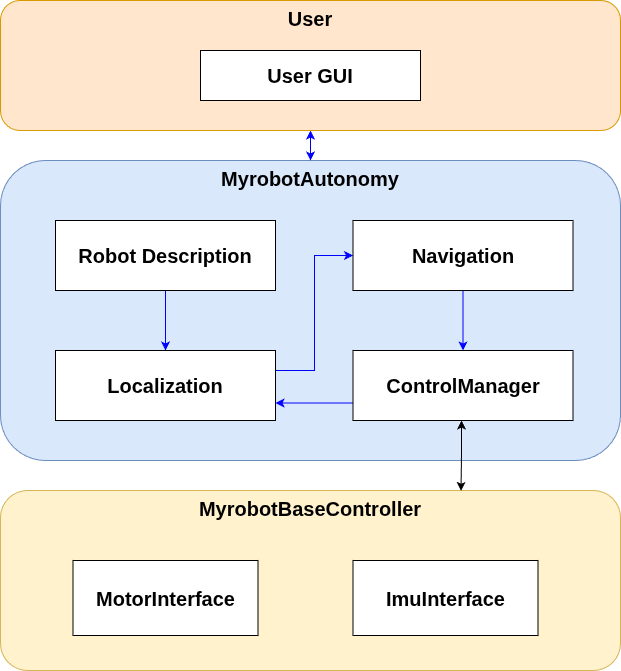
Above: software_architecture.drawio.png in 10-min/myrobot (draw.io), before the change. Source tidied: cells renumbered, new cells last; positions are measured from the earlier drawing's top-left corner, leaving out a move shared by most shapes. Source of this version:
```xml
<mxGraphModel>
  <root>
    <mxCell id="0" />
    <mxCell id="1" parent="0" />
    <mxCell id="2" value="&lt;font style=&quot;font-size: 20px;&quot;&gt;MyrobotAutonomy&lt;/font&gt;" style="rounded=1;whiteSpace=wrap;html=1;verticalAlign=top;fillColor=#dae8fc;strokeColor=#6c8ebf;fontStyle=1;" parent="1" vertex="1">
      <mxGeometry y="160" width="620" height="300" as="geometry" />
    </mxCell>
    <mxCell id="3" style="edgeStyle=orthogonalEdgeStyle;rounded=0;jettySize=auto;html=1;entryX=0.5;entryY=0;entryDx=0;entryDy=0;strokeColor=#0000FF;exitX=0.5;exitY=1;exitDx=0;exitDy=0;" parent="1" edge="1" source="6" target="5">
      <mxGeometry relative="1" as="geometry" />
    </mxCell>
    <mxCell id="4" style="edgeStyle=orthogonalEdgeStyle;rounded=0;jettySize=auto;html=1;entryX=0;entryY=0.5;entryDx=0;entryDy=0;strokeColor=#0000FF;" parent="1" edge="1" source="5" target="8">
      <mxGeometry relative="1" as="geometry">
        <Array as="points">
          <mxPoint x="314" y="370" />
          <mxPoint x="314" y="255" />
        </Array>
      </mxGeometry>
    </mxCell>
    <mxCell id="5" value="&lt;font style=&quot;font-size: 20px;&quot;&gt;Localization&lt;/font&gt;" style="rounded=0;whiteSpace=wrap;html=1;fontStyle=1;" parent="1" vertex="1">
      <mxGeometry x="55" y="350" width="220" height="70" as="geometry" />
    </mxCell>
    <mxCell id="6" value="&lt;font style=&quot;font-size: 20px;&quot;&gt;Robot Description&lt;/font&gt;" style="rounded=0;whiteSpace=wrap;html=1;verticalAlign=middle;fontStyle=1;" parent="1" vertex="1">
      <mxGeometry x="55" y="220" width="220" height="70" as="geometry" />
    </mxCell>
    <mxCell id="7" style="edgeStyle=orthogonalEdgeStyle;rounded=0;jettySize=auto;html=1;entryX=0.5;entryY=0;entryDx=0;entryDy=0;strokeColor=#0000FF;" parent="1" edge="1" source="8" target="10">
      <mxGeometry relative="1" as="geometry" />
    </mxCell>
    <mxCell id="8" value="&lt;font style=&quot;font-size: 20px;&quot;&gt;Navigation&lt;/font&gt;" style="rounded=0;whiteSpace=wrap;html=1;verticalAlign=middle;fontStyle=1;" parent="1" vertex="1">
      <mxGeometry x="352.5" y="220" width="220" height="70" as="geometry" />
    </mxCell>
    <mxCell id="9" style="edgeStyle=orthogonalEdgeStyle;rounded=0;jettySize=auto;html=1;entryX=1;entryY=0.75;entryDx=0;entryDy=0;strokeColor=#0000FF;" parent="1" edge="1" source="10" target="5">
      <mxGeometry relative="1" as="geometry">
        <Array as="points">
          <mxPoint x="314" y="403" />
        </Array>
      </mxGeometry>
    </mxCell>
    <mxCell id="10" value="&lt;span style=&quot;font-size: 20px;&quot;&gt;ControlManager&lt;/span&gt;" style="rounded=0;whiteSpace=wrap;html=1;fontStyle=1;" parent="1" vertex="1">
      <mxGeometry x="352.5" y="350" width="220" height="70" as="geometry" />
    </mxCell>
    <mxCell id="11" value="&lt;font style=&quot;font-size: 20px;&quot;&gt;MyrobotBaseController&lt;/font&gt;" style="rounded=1;whiteSpace=wrap;html=1;verticalAlign=top;fillColor=#fff2cc;strokeColor=#d6b656;fontStyle=1;" parent="1" vertex="1">
      <mxGeometry y="490" width="620" height="180" as="geometry" />
    </mxCell>
    <mxCell id="12" value="&lt;font style=&quot;font-size: 20px;&quot;&gt;MotorInterface&lt;/font&gt;" style="rounded=0;whiteSpace=wrap;html=1;fontStyle=1;" parent="1" vertex="1">
      <mxGeometry x="72.5" y="560" width="185" height="75" as="geometry" />
    </mxCell>
    <mxCell id="13" value="&lt;font style=&quot;font-size: 20px;&quot;&gt;ImuInterface&lt;/font&gt;" style="rounded=0;whiteSpace=wrap;html=1;fontStyle=1;" parent="1" vertex="1">
      <mxGeometry x="352.5" y="560" width="185" height="75" as="geometry" />
    </mxCell>
    <mxCell id="14" style="edgeStyle=orthogonalEdgeStyle;rounded=0;jettySize=auto;html=1;entryX=0.5;entryY=0;entryDx=0;entryDy=0;startArrow=classic;startFill=1;strokeColor=#0000FF;" parent="1" edge="1" source="15" target="2">
      <mxGeometry relative="1" as="geometry" />
    </mxCell>
    <mxCell id="15" value="&lt;font style=&quot;font-size: 20px;&quot;&gt;User&lt;/font&gt;" style="rounded=1;whiteSpace=wrap;html=1;verticalAlign=top;fillColor=#ffe6cc;strokeColor=#d79b00;fontStyle=1;" parent="1" vertex="1">
      <mxGeometry width="620" height="130" as="geometry" />
    </mxCell>
    <mxCell id="16" value="&lt;font style=&quot;font-size: 20px;&quot;&gt;&lt;b&gt;User GUI&lt;/b&gt;&lt;/font&gt;" style="rounded=0;whiteSpace=wrap;html=1;" parent="1" vertex="1">
      <mxGeometry x="200" y="50" width="220" height="50" as="geometry" />
    </mxCell>
    <mxCell id="17" style="edgeStyle=orthogonalEdgeStyle;rounded=0;orthogonalLoop=1;jettySize=auto;html=1;entryX=0.267;entryY=0.002;entryDx=0;entryDy=0;entryPerimeter=0;startArrow=classic;startFill=1;" parent="1" edge="1">
      <mxGeometry relative="1" as="geometry">
        <mxPoint x="461" y="420" as="sourcePoint" />
        <mxPoint x="460.5" y="490.4" as="targetPoint" />
      </mxGeometry>
    </mxCell>
  </root>
</mxGraphModel>
```
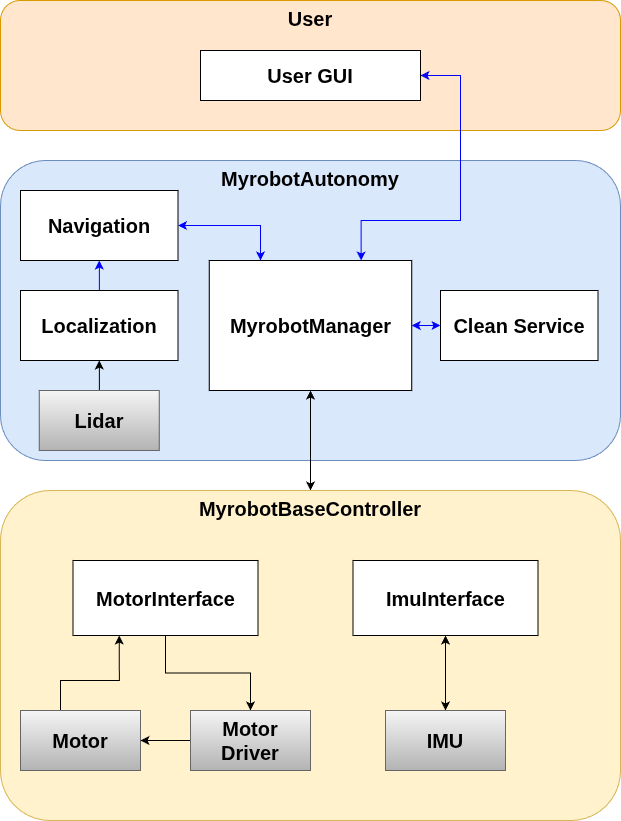
The same file after the commit.

Commit message:
Modified software architecture

The edit, as a diff of the source:
```diff
@@ -5,62 +5,90 @@
     <mxCell id="2" value="&lt;font style=&quot;font-size: 20px;&quot;&gt;MyrobotAutonomy&lt;/font&gt;" style="rounded=1;whiteSpace=wrap;html=1;verticalAlign=top;fillColor=#dae8fc;strokeColor=#6c8ebf;fontStyle=1;" parent="1" vertex="1">
       <mxGeometry y="160" width="620" height="300" as="geometry" />
     </mxCell>
-    <mxCell id="3" style="edgeStyle=orthogonalEdgeStyle;rounded=0;jettySize=auto;html=1;entryX=0.5;entryY=0;entryDx=0;entryDy=0;strokeColor=#0000FF;exitX=0.5;exitY=1;exitDx=0;exitDy=0;" parent="1" edge="1" source="6" target="5">
-      <mxGeometry relative="1" as="geometry" />
-    </mxCell>
+    <mxCell id="18" style="edgeStyle=orthogonalEdgeStyle;rounded=0;jettySize=auto;html=1;startArrow=classic;startFill=1;exitX=0.5;exitY=1;exitDx=0;exitDy=0;" parent="1" edge="1" source="10" target="11">
+      <mxGeometry relative="1" as="geometry" />
+    </mxCell>
+    <mxCell id="7" style="edgeStyle=orthogonalEdgeStyle;rounded=0;jettySize=auto;html=1;entryX=0.25;entryY=0;entryDx=0;entryDy=0;startArrow=classic;startFill=1;strokeColor=#0000FF;" parent="1" edge="1" source="8" target="10">
+      <mxGeometry relative="1" as="geometry">
+        <Array as="points">
+          <mxPoint x="260" y="225" />
+          <mxPoint x="260" y="260" />
+        </Array>
+      </mxGeometry>
+    </mxCell>
+    <mxCell id="8" value="&lt;font style=&quot;font-size: 20px;&quot;&gt;Navigation&lt;/font&gt;" style="rounded=0;whiteSpace=wrap;html=1;verticalAlign=middle;fontStyle=1;" parent="1" vertex="1">
+      <mxGeometry x="20" y="190" width="157.5" height="70" as="geometry" />
+    </mxCell>
+    <mxCell id="19" style="edgeStyle=orthogonalEdgeStyle;rounded=0;jettySize=auto;html=1;startArrow=classic;startFill=1;strokeColor=#0000FF;" parent="1" edge="1" source="10" target="30">
+      <mxGeometry relative="1" as="geometry" />
+    </mxCell>
+    <mxCell id="10" value="&lt;span style=&quot;font-size: 20px;&quot;&gt;MyrobotManager&lt;/span&gt;" style="rounded=0;whiteSpace=wrap;html=1;fontStyle=1;" parent="1" vertex="1">
+      <mxGeometry x="208.8" y="260" width="202.5" height="130" as="geometry" />
+    </mxCell>
+    <mxCell id="11" value="&lt;font style=&quot;font-size: 20px;&quot;&gt;MyrobotBaseController&lt;/font&gt;" style="rounded=1;whiteSpace=wrap;html=1;verticalAlign=top;fillColor=#fff2cc;strokeColor=#d6b656;fontStyle=1;" parent="1" vertex="1">
+      <mxGeometry y="490" width="620" height="330" as="geometry" />
+    </mxCell>
+    <mxCell id="20" style="edgeStyle=orthogonalEdgeStyle;rounded=0;jettySize=auto;html=1;entryX=0.5;entryY=0;entryDx=0;entryDy=0;" parent="1" edge="1" source="12" target="27">
+      <mxGeometry relative="1" as="geometry" />
+    </mxCell>
+    <mxCell id="12" value="&lt;font style=&quot;font-size: 20px;&quot;&gt;MotorInterface&lt;/font&gt;" style="rounded=0;whiteSpace=wrap;html=1;fontStyle=1;" parent="1" vertex="1">
+      <mxGeometry x="72.5" y="560" width="185" height="75" as="geometry" />
+    </mxCell>
+    <mxCell id="13" value="&lt;font style=&quot;font-size: 20px;&quot;&gt;ImuInterface&lt;/font&gt;" style="rounded=0;whiteSpace=wrap;html=1;fontStyle=1;" parent="1" vertex="1">
+      <mxGeometry x="352.5" y="560" width="185" height="75" as="geometry" />
+    </mxCell>
+    <mxCell id="15" value="&lt;font style=&quot;font-size: 20px;&quot;&gt;User&lt;/font&gt;" style="rounded=1;whiteSpace=wrap;html=1;verticalAlign=top;fillColor=#ffe6cc;strokeColor=#d79b00;fontStyle=1;" parent="1" vertex="1">
+      <mxGeometry width="620" height="130" as="geometry" />
+    </mxCell>
+    <mxCell id="21" style="edgeStyle=orthogonalEdgeStyle;rounded=0;jettySize=auto;html=1;entryX=0.75;entryY=0;entryDx=0;entryDy=0;strokeColor=#0000FF;startArrow=classic;startFill=1;" parent="1" edge="1" source="16" target="10">
+      <mxGeometry relative="1" as="geometry">
+        <Array as="points">
+          <mxPoint x="460" y="75" />
+          <mxPoint x="460" y="220" />
+          <mxPoint x="361" y="220" />
+        </Array>
+      </mxGeometry>
+    </mxCell>
+    <mxCell id="16" value="&lt;font style=&quot;font-size: 20px;&quot;&gt;&lt;b&gt;User GUI&lt;/b&gt;&lt;/font&gt;" style="rounded=0;whiteSpace=wrap;html=1;" parent="1" vertex="1">
+      <mxGeometry x="200" y="50" width="220" height="50" as="geometry" />
+    </mxCell>
+    <mxCell id="22" style="edgeStyle=orthogonalEdgeStyle;rounded=0;jettySize=auto;html=1;entryX=0.25;entryY=1;entryDx=0;entryDy=0;" parent="1" edge="1" source="23" target="12">
+      <mxGeometry relative="1" as="geometry">
+        <Array as="points">
+          <mxPoint x="60" y="680" />
+          <mxPoint x="119" y="680" />
+        </Array>
+      </mxGeometry>
+    </mxCell>
+    <mxCell id="23" value="&lt;font style=&quot;font-size: 20px;&quot;&gt;Motor&lt;/font&gt;" style="rounded=0;whiteSpace=wrap;html=1;fillColor=#f5f5f5;strokeColor=#666666;fontStyle=1;gradientColor=#b3b3b3;" parent="1" vertex="1">
+      <mxGeometry x="20" y="710" width="120" height="60" as="geometry" />
+    </mxCell>
+    <mxCell id="24" style="edgeStyle=orthogonalEdgeStyle;rounded=0;jettySize=auto;html=1;entryX=0.5;entryY=1;entryDx=0;entryDy=0;startArrow=classic;startFill=1;" parent="1" edge="1" source="25" target="13">
+      <mxGeometry relative="1" as="geometry" />
+    </mxCell>
+    <mxCell id="25" value="&lt;font style=&quot;font-size: 20px;&quot;&gt;IMU&lt;/font&gt;" style="rounded=0;whiteSpace=wrap;html=1;fillColor=#f5f5f5;strokeColor=#666666;fontStyle=1;gradientColor=#b3b3b3;" parent="1" vertex="1">
+      <mxGeometry x="385" y="710" width="120" height="60" as="geometry" />
+    </mxCell>
+    <mxCell id="26" style="edgeStyle=orthogonalEdgeStyle;rounded=0;jettySize=auto;html=1;entryX=1;entryY=0.5;entryDx=0;entryDy=0;" parent="1" edge="1" source="27" target="23">
+      <mxGeometry relative="1" as="geometry" />
+    </mxCell>
+    <mxCell id="27" value="&lt;font style=&quot;font-size: 20px;&quot;&gt;Motor Driver&lt;/font&gt;" style="rounded=0;whiteSpace=wrap;html=1;fillColor=#f5f5f5;strokeColor=#666666;fontStyle=1;gradientColor=#b3b3b3;" parent="1" vertex="1">
+      <mxGeometry x="190" y="710" width="120" height="60" as="geometry" />
+    </mxCell>
+    <mxCell id="28" style="edgeStyle=orthogonalEdgeStyle;rounded=0;jettySize=auto;html=1;" parent="1" edge="1" source="29" target="5">
+      <mxGeometry relative="1" as="geometry" />
+    </mxCell>
+    <mxCell id="29" value="&lt;span style=&quot;font-size: 20px;&quot;&gt;Lidar&lt;/span&gt;" style="rounded=0;whiteSpace=wrap;html=1;fillColor=#f5f5f5;strokeColor=#666666;fontStyle=1;gradientColor=#b3b3b3;" parent="1" vertex="1">
+      <mxGeometry x="38.8" y="390" width="120" height="60" as="geometry" />
+    </mxCell>
+    <mxCell id="30" value="&lt;font style=&quot;font-size: 20px;&quot;&gt;Clean Service&lt;/font&gt;" style="rounded=0;whiteSpace=wrap;html=1;verticalAlign=middle;fontStyle=1;" parent="1" vertex="1">
+      <mxGeometry x="440" y="290" width="157.5" height="70" as="geometry" />
+    </mxCell>
-    <mxCell id="4" style="edgeStyle=orthogonalEdgeStyle;rounded=0;jettySize=auto;html=1;entryX=0;entryY=0.5;entryDx=0;entryDy=0;strokeColor=#0000FF;" parent="1" edge="1" source="5" target="8">
-      <mxGeometry relative="1" as="geometry">
-        <Array as="points">
-          <mxPoint x="314" y="370" />
-          <mxPoint x="314" y="255" />
-        </Array>
-      </mxGeometry>
+    <mxCell id="4" style="edgeStyle=orthogonalEdgeStyle;rounded=0;jettySize=auto;html=1;strokeColor=#0000FF;" parent="1" edge="1" source="5" target="8">
+      <mxGeometry relative="1" as="geometry" />
     </mxCell>
-    <mxCell id="5" value="&lt;font style=&quot;font-size: 20px;&quot;&gt;Localization&lt;/font&gt;" style="rounded=0;whiteSpace=wrap;html=1;fontStyle=1;" parent="1" vertex="1">
-      <mxGeometry x="55" y="350" width="220" height="70" as="geometry" />
+    <mxCell id="5" value="&lt;span style=&quot;font-size: 20px;&quot;&gt;Localization&lt;/span&gt;" style="rounded=0;whiteSpace=wrap;html=1;verticalAlign=middle;fontStyle=1;" parent="1" vertex="1">
+      <mxGeometry x="20" y="290" width="157.5" height="70" as="geometry" />
     </mxCell>
-    <mxCell id="6" value="&lt;font style=&quot;font-size: 20px;&quot;&gt;Robot Description&lt;/font&gt;" style="rounded=0;whiteSpace=wrap;html=1;verticalAlign=middle;fontStyle=1;" parent="1" vertex="1">
-      <mxGeometry x="55" y="220" width="220" height="70" as="geometry" />
-    </mxCell>
-    <mxCell id="7" style="edgeStyle=orthogonalEdgeStyle;rounded=0;jettySize=auto;html=1;entryX=0.5;entryY=0;entryDx=0;entryDy=0;strokeColor=#0000FF;" parent="1" edge="1" source="8" target="10">
-      <mxGeometry relative="1" as="geometry" />
-    </mxCell>
-    <mxCell id="8" value="&lt;font style=&quot;font-size: 20px;&quot;&gt;Navigation&lt;/font&gt;" style="rounded=0;whiteSpace=wrap;html=1;verticalAlign=middle;fontStyle=1;" parent="1" vertex="1">
-      <mxGeometry x="352.5" y="220" width="220" height="70" as="geometry" />
-    </mxCell>
-    <mxCell id="9" style="edgeStyle=orthogonalEdgeStyle;rounded=0;jettySize=auto;html=1;entryX=1;entryY=0.75;entryDx=0;entryDy=0;strokeColor=#0000FF;" parent="1" edge="1" source="10" target="5">
-      <mxGeometry relative="1" as="geometry">
-        <Array as="points">
-          <mxPoint x="314" y="403" />
-        </Array>
-      </mxGeometry>
-    </mxCell>
-    <mxCell id="10" value="&lt;span style=&quot;font-size: 20px;&quot;&gt;ControlManager&lt;/span&gt;" style="rounded=0;whiteSpace=wrap;html=1;fontStyle=1;" parent="1" vertex="1">
-      <mxGeometry x="352.5" y="350" width="220" height="70" as="geometry" />
-    </mxCell>
-    <mxCell id="11" value="&lt;font style=&quot;font-size: 20px;&quot;&gt;MyrobotBaseController&lt;/font&gt;" style="rounded=1;whiteSpace=wrap;html=1;verticalAlign=top;fillColor=#fff2cc;strokeColor=#d6b656;fontStyle=1;" parent="1" vertex="1">
-      <mxGeometry y="490" width="620" height="180" as="geometry" />
-    </mxCell>
-    <mxCell id="12" value="&lt;font style=&quot;font-size: 20px;&quot;&gt;MotorInterface&lt;/font&gt;" style="rounded=0;whiteSpace=wrap;html=1;fontStyle=1;" parent="1" vertex="1">
-      <mxGeometry x="72.5" y="560" width="185" height="75" as="geometry" />
-    </mxCell>
-    <mxCell id="13" value="&lt;font style=&quot;font-size: 20px;&quot;&gt;ImuInterface&lt;/font&gt;" style="rounded=0;whiteSpace=wrap;html=1;fontStyle=1;" parent="1" vertex="1">
-      <mxGeometry x="352.5" y="560" width="185" height="75" as="geometry" />
-    </mxCell>
-    <mxCell id="14" style="edgeStyle=orthogonalEdgeStyle;rounded=0;jettySize=auto;html=1;entryX=0.5;entryY=0;entryDx=0;entryDy=0;startArrow=classic;startFill=1;strokeColor=#0000FF;" parent="1" edge="1" source="15" target="2">
-      <mxGeometry relative="1" as="geometry" />
-    </mxCell>
-    <mxCell id="15" value="&lt;font style=&quot;font-size: 20px;&quot;&gt;User&lt;/font&gt;" style="rounded=1;whiteSpace=wrap;html=1;verticalAlign=top;fillColor=#ffe6cc;strokeColor=#d79b00;fontStyle=1;" parent="1" vertex="1">
-      <mxGeometry width="620" height="130" as="geometry" />
-    </mxCell>
-    <mxCell id="16" value="&lt;font style=&quot;font-size: 20px;&quot;&gt;&lt;b&gt;User GUI&lt;/b&gt;&lt;/font&gt;" style="rounded=0;whiteSpace=wrap;html=1;" parent="1" vertex="1">
-      <mxGeometry x="200" y="50" width="220" height="50" as="geometry" />
-    </mxCell>
-    <mxCell id="17" style="edgeStyle=orthogonalEdgeStyle;rounded=0;orthogonalLoop=1;jettySize=auto;html=1;entryX=0.267;entryY=0.002;entryDx=0;entryDy=0;entryPerimeter=0;startArrow=classic;startFill=1;" parent="1" edge="1">
-      <mxGeometry relative="1" as="geometry">
-        <mxPoint x="461" y="420" as="sourcePoint" />
-        <mxPoint x="460.5" y="490.4" as="targetPoint" />
-      </mxGeometry>
-    </mxCell>
   </root>
 </mxGraphModel>
```
